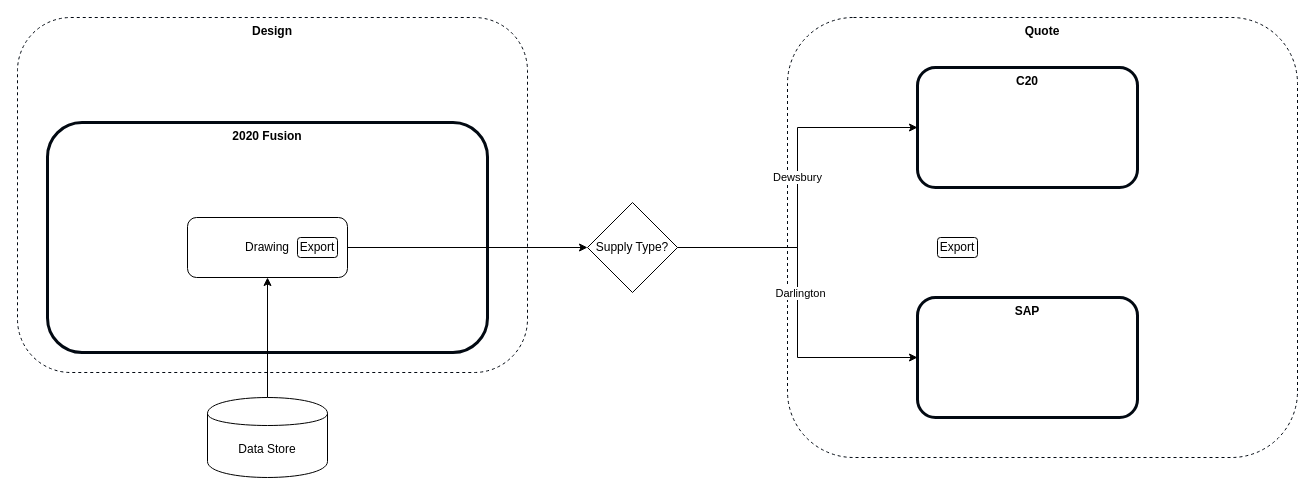
Above: page "Push" (1 of 2) of Mendel Simple.drawio in mrf742002/Diagrams (draw.io), before the change. Source tidied: cells renumbered, new cells numbered last; positions are measured from the earlier drawing's top-left corner, leaving out a move shared by most shapes. Both pictures are drawn from the tidied source at 100%, with x=0, y=0 at pixel (17, 17).
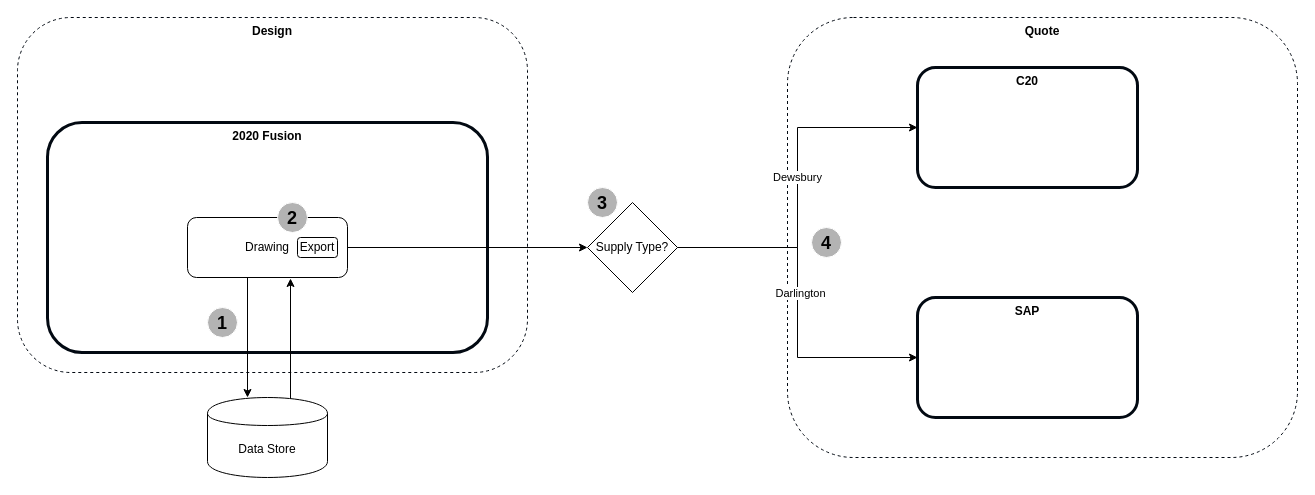
After the change.

The change refers to these unchanged cells:
```xml
<mxCell id="5" value="Drawing" style="rounded=1;whiteSpace=wrap;html=1;" parent="1" vertex="1">
  <mxGeometry x="170" y="200" width="160" height="60" as="geometry" />
</mxCell>
<mxCell id="11" value="Data Store" style="shape=cylinder;whiteSpace=wrap;html=1;boundedLbl=1;backgroundOutline=1;" parent="1" vertex="1">
  <mxGeometry x="190" y="380" width="120" height="80" as="geometry" />
</mxCell>
```

What changed in the source:
```diff
@@
-    <mxCell id="8" value="Export" style="rounded=1;whiteSpace=wrap;html=1;" parent="1" vertex="1">
-      <mxGeometry x="920" y="220" width="40" height="20" as="geometry" />
-    </mxCell>
@@
-    <mxCell id="10" style="edgeStyle=orthogonalEdgeStyle;rounded=0;jettySize=auto;html=1;" parent="1" edge="1" source="11" target="5">
-      <mxGeometry relative="1" as="geometry" />
-    </mxCell>
@@
+    <mxCell id="18" value="&lt;b&gt;&lt;font style=&quot;font-size: 18px&quot;&gt;1&lt;/font&gt;&lt;/b&gt;" style="ellipse;whiteSpace=wrap;html=1;strokeColor=#FFFFFF;fillColor=#B3B3B3;fontSize=20;" parent="1" vertex="1">
+      <mxGeometry x="190" y="290" width="30" height="30" as="geometry" />
+    </mxCell>
+    <mxCell id="19" style="edgeStyle=orthogonalEdgeStyle;rounded=0;orthogonalLoop=1;jettySize=auto;html=1;startArrow=classic;startFill=1;endArrow=none;endFill=0;" parent="1" edge="1">
+      <mxGeometry relative="1" as="geometry">
+        <mxPoint x="230" y="380" as="sourcePoint" />
+        <mxPoint x="230" y="260" as="targetPoint" />
+      </mxGeometry>
+    </mxCell>
+    <mxCell id="20" style="edgeStyle=orthogonalEdgeStyle;rounded=0;orthogonalLoop=1;jettySize=auto;html=1;" parent="1" edge="1">
+      <mxGeometry relative="1" as="geometry">
+        <mxPoint x="273" y="381" as="sourcePoint" />
+        <mxPoint x="273" y="261" as="targetPoint" />
+      </mxGeometry>
+    </mxCell>
+    <mxCell id="21" value="&lt;b&gt;&lt;font style=&quot;font-size: 18px&quot;&gt;2&lt;/font&gt;&lt;/b&gt;" style="ellipse;whiteSpace=wrap;html=1;strokeColor=#FFFFFF;fillColor=#B3B3B3;fontSize=20;" parent="1" vertex="1">
+      <mxGeometry x="260" y="185" width="30" height="30" as="geometry" />
+    </mxCell>
+    <mxCell id="22" value="&lt;b&gt;&lt;font style=&quot;font-size: 18px&quot;&gt;3&lt;/font&gt;&lt;/b&gt;" style="ellipse;whiteSpace=wrap;html=1;strokeColor=#FFFFFF;fillColor=#B3B3B3;fontSize=20;" parent="1" vertex="1">
+      <mxGeometry x="570" y="170" width="30" height="30" as="geometry" />
+    </mxCell>
+    <mxCell id="23" value="&lt;b&gt;&lt;font style=&quot;font-size: 18px&quot;&gt;4&lt;/font&gt;&lt;/b&gt;" style="ellipse;whiteSpace=wrap;html=1;strokeColor=#FFFFFF;fillColor=#B3B3B3;fontSize=20;" parent="1" vertex="1">
+      <mxGeometry x="794" y="210" width="30" height="30" as="geometry" />
+    </mxCell>
```
